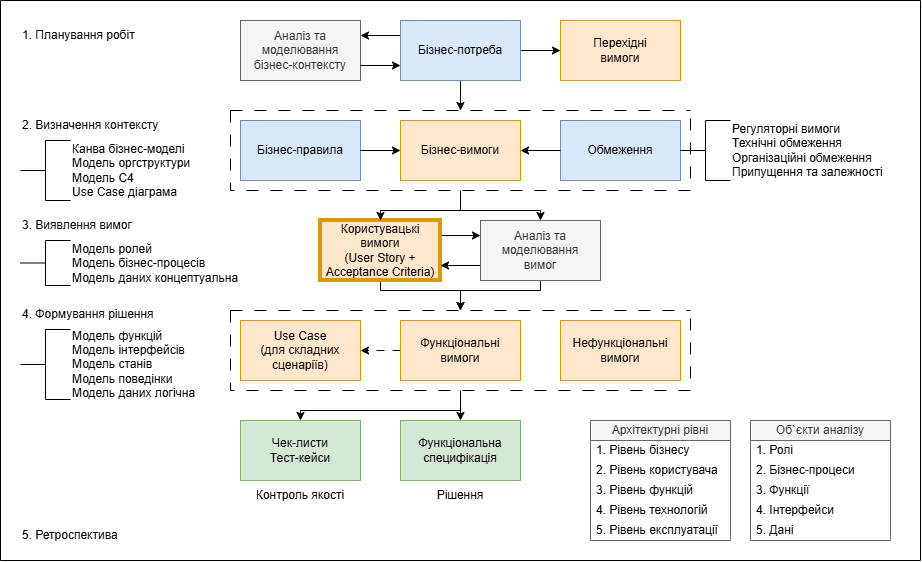
Before: src/img/concept-lifeCycle.png, a diagram exported from draw.io (babok4me/info). Source tidied: cells renumbered, new cells last; positions are measured from the earlier drawing's top-left corner, leaving out a move shared by most shapes.
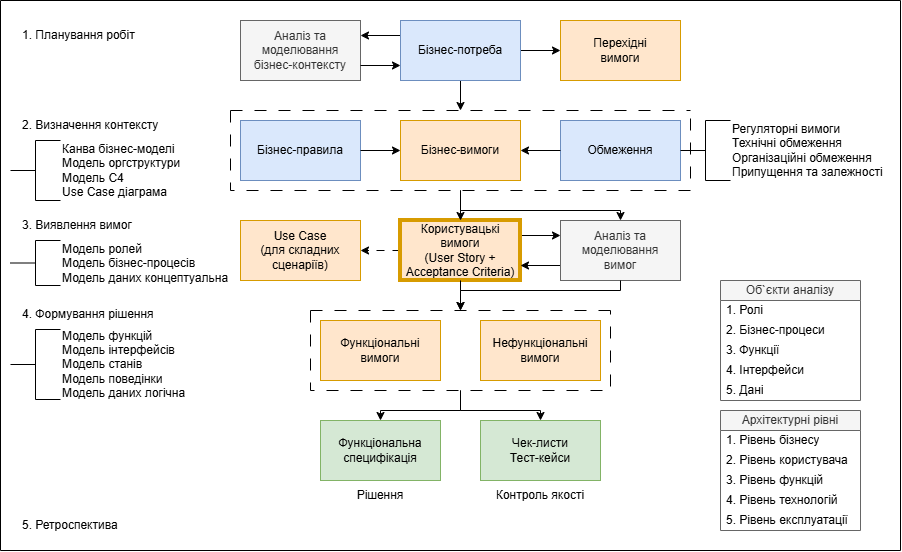
After the commit.

Commit message:
change page concept

Diff of the diagram source:
```diff
@@ -17,48 +17,8 @@
     <mxCell id="6" value="Бізнес-вимоги" style="rounded=0;whiteSpace=wrap;html=1;fillColor=#ffe6cc;strokeColor=#d79b00;" parent="1" vertex="1">
       <mxGeometry x="400" y="120" width="120" height="60" as="geometry" />
     </mxCell>
-    <mxCell id="7" style="edgeStyle=orthogonalEdgeStyle;rounded=0;jettySize=auto;html=1;exitX=1;exitY=0.25;exitDx=0;exitDy=0;entryX=0;entryY=0.25;entryDx=0;entryDy=0;" parent="1" edge="1" source="9" target="12">
-      <mxGeometry relative="1" as="geometry" />
-    </mxCell>
-    <mxCell id="8" style="edgeStyle=orthogonalEdgeStyle;rounded=0;jettySize=auto;html=1;exitX=0.5;exitY=1;exitDx=0;exitDy=0;entryX=0.5;entryY=0;entryDx=0;entryDy=0;" parent="1" edge="1" source="9" target="46">
-      <mxGeometry relative="1" as="geometry">
-        <Array as="points">
-          <mxPoint x="380" y="290" />
-          <mxPoint x="460" y="290" />
-        </Array>
-      </mxGeometry>
-    </mxCell>
-    <mxCell id="9" value="Користувацькі вимоги&lt;div&gt;(User Story + Acceptance Criteria)&lt;/div&gt;" style="rounded=0;whiteSpace=wrap;html=1;fillColor=#ffe6cc;strokeColor=#d79b00;strokeWidth=4;" parent="1" vertex="1">
-      <mxGeometry x="320" y="220" width="120" height="60" as="geometry" />
-    </mxCell>
-    <mxCell id="10" style="edgeStyle=orthogonalEdgeStyle;rounded=0;jettySize=auto;html=1;exitX=0;exitY=0.75;exitDx=0;exitDy=0;entryX=1;entryY=0.75;entryDx=0;entryDy=0;" parent="1" edge="1" source="12" target="9">
-      <mxGeometry relative="1" as="geometry" />
-    </mxCell>
-    <mxCell id="11" style="edgeStyle=orthogonalEdgeStyle;rounded=0;jettySize=auto;html=1;exitX=0.5;exitY=1;exitDx=0;exitDy=0;entryX=0.5;entryY=0;entryDx=0;entryDy=0;" parent="1" edge="1" source="12" target="46">
-      <mxGeometry relative="1" as="geometry">
-        <Array as="points">
-          <mxPoint x="540" y="290" />
-          <mxPoint x="460" y="290" />
-        </Array>
-      </mxGeometry>
-    </mxCell>
-    <mxCell id="12" value="Аналіз та моделювання&lt;div&gt;вимог&lt;/div&gt;" style="rounded=0;whiteSpace=wrap;html=1;fillColor=#f5f5f5;strokeColor=#666666;fontColor=#333333;" parent="1" vertex="1">
-      <mxGeometry x="480" y="220" width="120" height="60" as="geometry" />
-    </mxCell>
-    <mxCell id="13" style="edgeStyle=orthogonalEdgeStyle;rounded=0;jettySize=auto;html=1;exitX=0;exitY=0.5;exitDx=0;exitDy=0;entryX=1;entryY=0.5;entryDx=0;entryDy=0;dashed=1;dashPattern=8 8;" parent="1" edge="1" source="14" target="15">
-      <mxGeometry relative="1" as="geometry" />
-    </mxCell>
-    <mxCell id="14" value="Функціональні вимоги" style="rounded=0;whiteSpace=wrap;html=1;fillColor=#ffe6cc;strokeColor=#d79b00;" parent="1" vertex="1">
-      <mxGeometry x="400" y="320" width="120" height="60" as="geometry" />
-    </mxCell>
-    <mxCell id="15" value="Use Case&lt;div&gt;(для складних сценаріїв)&lt;/div&gt;" style="rounded=0;whiteSpace=wrap;html=1;fillColor=#ffe6cc;strokeColor=#d79b00;" parent="1" vertex="1">
-      <mxGeometry x="240" y="320" width="120" height="60" as="geometry" />
-    </mxCell>
-    <mxCell id="16" value="Нефункціональні вимоги" style="rounded=0;whiteSpace=wrap;html=1;fillColor=#ffe6cc;strokeColor=#d79b00;" parent="1" vertex="1">
-      <mxGeometry x="560" y="320" width="120" height="60" as="geometry" />
-    </mxCell>
     <mxCell id="17" style="swimlane;startSize=0;" parent="1" vertex="1">
-      <mxGeometry width="920" height="560" as="geometry" />
+      <mxGeometry width="900" height="550" as="geometry" />
     </mxCell>
     <mxCell id="18" value="2. Визначення контексту" style="text;html=1;whiteSpace=wrap;strokeColor=none;fillColor=none;align=left;verticalAlign=middle;rounded=0;" parent="17" vertex="1">
       <mxGeometry x="20" y="110" width="160" height="30" as="geometry" />
@@ -73,22 +33,22 @@
       <mxGeometry x="20" y="299" width="160" height="30" as="geometry" />
     </mxCell>
     <mxCell id="22" value="5. Ретроспектива" style="text;html=1;whiteSpace=wrap;strokeColor=none;fillColor=none;align=left;verticalAlign=middle;rounded=0;" parent="17" vertex="1">
-      <mxGeometry x="20" y="520" width="160" height="30" as="geometry" />
+      <mxGeometry x="20" y="510" width="160" height="30" as="geometry" />
     </mxCell>
     <mxCell id="23" value="Перехідні&lt;div&gt;вимоги&lt;/div&gt;" style="rounded=0;whiteSpace=wrap;html=1;fillColor=#ffe6cc;strokeColor=#d79b00;" parent="17" vertex="1">
       <mxGeometry x="560" y="20" width="120" height="60" as="geometry" />
     </mxCell>
     <mxCell id="24" value="&lt;div&gt;&lt;div&gt;Модель функцій&lt;/div&gt;&lt;div&gt;Модель інтерфейсів&lt;/div&gt;&lt;div&gt;Модель станів&lt;/div&gt;&lt;div&gt;Модель поведінки&lt;/div&gt;&lt;/div&gt;&lt;div&gt;Модель даних логічна&lt;/div&gt;" style="html=1;shape=mxgraph.flowchart.annotation_2;align=left;labelPosition=right;" parent="17" vertex="1">
-      <mxGeometry x="20" y="329" width="50" height="70" as="geometry" />
+      <mxGeometry x="10" y="329" width="50" height="70" as="geometry" />
     </mxCell>
     <mxCell id="25" value="Модель ролей&lt;div&gt;Модель бізнес-процесів&lt;/div&gt;&lt;div&gt;Модель даних концептуальна&lt;/div&gt;" style="html=1;shape=mxgraph.flowchart.annotation_2;align=left;labelPosition=right;" parent="17" vertex="1">
-      <mxGeometry x="20" y="240" width="50" height="45" as="geometry" />
+      <mxGeometry x="10" y="240" width="50" height="45" as="geometry" />
     </mxCell>
     <mxCell id="26" value="&lt;div&gt;Канва бізнес-моделі&lt;/div&gt;&lt;div&gt;Модель оргструктури&lt;/div&gt;&lt;div&gt;Модель С4&lt;/div&gt;&lt;div&gt;Use Case діаграма&lt;/div&gt;" style="html=1;shape=mxgraph.flowchart.annotation_2;align=left;labelPosition=right;" parent="17" vertex="1">
-      <mxGeometry x="20" y="140" width="50" height="60" as="geometry" />
+      <mxGeometry x="10" y="140" width="50" height="60" as="geometry" />
     </mxCell>
     <mxCell id="27" value="Архітектурні рівні" style="swimlane;fontStyle=0;horizontal=1;startSize=20;whiteSpace=wrap;html=1;fillColor=#f5f5f5;strokeColor=#666666;fontColor=#333333;" parent="17" vertex="1">
-      <mxGeometry x="590" y="420" width="140" height="120" as="geometry" />
+      <mxGeometry x="720" y="410" width="140" height="120" as="geometry" />
     </mxCell>
     <mxCell id="28" value="1. Рівень бізнесу" style="text;strokeColor=none;fillColor=none;align=left;verticalAlign=middle;spacingLeft=4;spacingRight=4;overflow=hidden;whiteSpace=wrap;html=1;" parent="27" vertex="1">
       <mxGeometry y="20" width="140" height="20" as="geometry" />
@@ -106,7 +66,7 @@
       <mxGeometry y="100" width="140" height="20" as="geometry" />
     </mxCell>
     <mxCell id="33" value="Об`єкти аналізу" style="swimlane;fontStyle=0;horizontal=1;startSize=20;whiteSpace=wrap;html=1;fillColor=#f5f5f5;strokeColor=#666666;fontColor=#333333;" parent="17" vertex="1">
-      <mxGeometry x="750" y="420" width="140" height="120" as="geometry" />
+      <mxGeometry x="720" y="280" width="140" height="120" as="geometry" />
     </mxCell>
     <mxCell id="34" value="1. Ролі" style="text;strokeColor=none;fillColor=none;align=left;verticalAlign=middle;spacingLeft=4;spacingRight=4;overflow=hidden;whiteSpace=wrap;html=1;" parent="33" vertex="1">
       <mxGeometry y="20" width="140" height="20" as="geometry" />
@@ -133,59 +93,94 @@
       <mxGeometry x="680" y="120" width="50" height="60" as="geometry" />
     </mxCell>
     <mxCell id="42" value="&lt;div&gt;Чек-листи&lt;/div&gt;Тест-кейси" style="rounded=0;whiteSpace=wrap;html=1;fillColor=#d5e8d4;strokeColor=#82b366;" parent="17" vertex="1">
-      <mxGeometry x="240" y="420" width="120" height="60" as="geometry" />
+      <mxGeometry x="480" y="420" width="120" height="60" as="geometry" />
     </mxCell>
     <mxCell id="43" value="Функціональна&lt;div&gt;специфікація&lt;/div&gt;" style="rounded=0;whiteSpace=wrap;html=1;fillColor=#d5e8d4;strokeColor=#82b366;" parent="17" vertex="1">
-      <mxGeometry x="400" y="420" width="120" height="60" as="geometry" />
+      <mxGeometry x="320" y="420" width="120" height="60" as="geometry" />
     </mxCell>
     <mxCell id="44" style="edgeStyle=orthogonalEdgeStyle;rounded=0;jettySize=auto;html=1;exitX=0.5;exitY=1;exitDx=0;exitDy=0;entryX=0.5;entryY=0;entryDx=0;entryDy=0;" parent="17" edge="1" source="46" target="43">
       <mxGeometry relative="1" as="geometry" />
     </mxCell>
     <mxCell id="45" style="edgeStyle=orthogonalEdgeStyle;rounded=0;jettySize=auto;html=1;exitX=0.5;exitY=1;exitDx=0;exitDy=0;entryX=0.5;entryY=0;entryDx=0;entryDy=0;" parent="17" edge="1" source="46" target="42">
-      <mxGeometry relative="1" as="geometry">
-        <Array as="points">
-          <mxPoint x="460" y="410" />
-          <mxPoint x="300" y="410" />
-        </Array>
-      </mxGeometry>
+      <mxGeometry relative="1" as="geometry" />
     </mxCell>
     <mxCell id="46" style="swimlane;startSize=0;dashed=1;dashPattern=12 12;" parent="17" vertex="1">
-      <mxGeometry x="230" y="310" width="460" height="80" as="geometry" />
+      <mxGeometry x="310" y="310" width="300" height="80" as="geometry" />
     </mxCell>
+    <mxCell id="14" value="Функціональні вимоги" style="rounded=0;whiteSpace=wrap;html=1;fillColor=#ffe6cc;strokeColor=#d79b00;" parent="46" vertex="1">
+      <mxGeometry x="10" y="10" width="120" height="60" as="geometry" />
+    </mxCell>
+    <mxCell id="16" value="Нефункціональні вимоги" style="rounded=0;whiteSpace=wrap;html=1;fillColor=#ffe6cc;strokeColor=#d79b00;" parent="46" vertex="1">
+      <mxGeometry x="170" y="10" width="120" height="60" as="geometry" />
+    </mxCell>
     <mxCell id="47" style="swimlane;startSize=0;dashed=1;dashPattern=12 12;" parent="17" vertex="1">
       <mxGeometry x="230" y="110" width="460" height="80" as="geometry" />
     </mxCell>
     <mxCell id="48" value="Рішення" style="text;html=1;whiteSpace=wrap;strokeColor=none;fillColor=none;align=center;verticalAlign=middle;rounded=0;" parent="17" vertex="1">
-      <mxGeometry x="400" y="480" width="120" height="30" as="geometry" />
+      <mxGeometry x="320" y="480" width="120" height="30" as="geometry" />
     </mxCell>
     <mxCell id="49" value="Контроль якості" style="text;html=1;whiteSpace=wrap;strokeColor=none;fillColor=none;align=center;verticalAlign=middle;rounded=0;" parent="17" vertex="1">
-      <mxGeometry x="240" y="480" width="120" height="30" as="geometry" />
+      <mxGeometry x="480" y="480" width="120" height="30" as="geometry" />
     </mxCell>
     <mxCell id="50" value="Аналіз та моделювання&lt;div&gt;бізнес-контексту&lt;/div&gt;" style="rounded=0;whiteSpace=wrap;html=1;fillColor=#f5f5f5;strokeColor=#666666;fontColor=#333333;" parent="17" vertex="1">
       <mxGeometry x="240" y="20" width="120" height="60" as="geometry" />
     </mxCell>
+    <mxCell id="7" style="edgeStyle=orthogonalEdgeStyle;rounded=0;jettySize=auto;html=1;exitX=1;exitY=0.25;exitDx=0;exitDy=0;entryX=0;entryY=0.25;entryDx=0;entryDy=0;" parent="17" edge="1" source="9" target="12">
+      <mxGeometry relative="1" as="geometry" />
+    </mxCell>
+    <mxCell id="56" style="edgeStyle=orthogonalEdgeStyle;rounded=0;jettySize=auto;html=1;exitX=0;exitY=0.5;exitDx=0;exitDy=0;entryX=1;entryY=0.5;entryDx=0;entryDy=0;dashed=1;dashPattern=8 8;" parent="17" edge="1" source="9" target="15">
+      <mxGeometry relative="1" as="geometry" />
+    </mxCell>
+    <mxCell id="9" value="Користувацькі вимоги&lt;div&gt;(User Story + Acceptance Criteria)&lt;/div&gt;" style="rounded=0;whiteSpace=wrap;html=1;fillColor=#ffe6cc;strokeColor=#d79b00;strokeWidth=4;" parent="17" vertex="1">
+      <mxGeometry x="400" y="220" width="120" height="60" as="geometry" />
+    </mxCell>
+    <mxCell id="10" style="edgeStyle=orthogonalEdgeStyle;rounded=0;jettySize=auto;html=1;exitX=0;exitY=0.75;exitDx=0;exitDy=0;entryX=1;entryY=0.75;entryDx=0;entryDy=0;" parent="17" edge="1" source="12" target="9">
+      <mxGeometry relative="1" as="geometry" />
+    </mxCell>
+    <mxCell id="12" value="Аналіз та моделювання&lt;div&gt;вимог&lt;/div&gt;" style="rounded=0;whiteSpace=wrap;html=1;fillColor=#f5f5f5;strokeColor=#666666;fontColor=#333333;" parent="17" vertex="1">
+      <mxGeometry x="560" y="220" width="120" height="60" as="geometry" />
+    </mxCell>
+    <mxCell id="8" style="edgeStyle=orthogonalEdgeStyle;rounded=0;jettySize=auto;html=1;exitX=0.5;exitY=1;exitDx=0;exitDy=0;entryX=0.5;entryY=0;entryDx=0;entryDy=0;" parent="17" edge="1" source="9" target="46">
+      <mxGeometry relative="1" as="geometry">
+        <Array as="points">
+          <mxPoint x="460" y="290" />
+          <mxPoint x="460" y="290" />
+        </Array>
+      </mxGeometry>
+    </mxCell>
+    <mxCell id="53" style="edgeStyle=orthogonalEdgeStyle;rounded=0;jettySize=auto;html=1;exitX=0.5;exitY=1;exitDx=0;exitDy=0;entryX=0.5;entryY=0;entryDx=0;entryDy=0;" parent="17" edge="1" source="47" target="9">
+      <mxGeometry relative="1" as="geometry">
+        <Array as="points">
+          <mxPoint x="460" y="210" />
+          <mxPoint x="460" y="210" />
+        </Array>
+      </mxGeometry>
+    </mxCell>
+    <mxCell id="11" style="edgeStyle=orthogonalEdgeStyle;rounded=0;jettySize=auto;html=1;exitX=0.5;exitY=1;exitDx=0;exitDy=0;entryX=0.5;entryY=0;entryDx=0;entryDy=0;" parent="17" edge="1" source="12" target="46">
+      <mxGeometry relative="1" as="geometry">
+        <Array as="points">
+          <mxPoint x="620" y="290" />
+          <mxPoint x="460" y="290" />
+        </Array>
+      </mxGeometry>
+    </mxCell>
+    <mxCell id="54" style="edgeStyle=orthogonalEdgeStyle;rounded=0;jettySize=auto;html=1;exitX=0.5;exitY=1;exitDx=0;exitDy=0;entryX=0.5;entryY=0;entryDx=0;entryDy=0;" parent="17" edge="1" source="47" target="12">
+      <mxGeometry relative="1" as="geometry">
+        <Array as="points">
+          <mxPoint x="460" y="210" />
+          <mxPoint x="620" y="210" />
+        </Array>
+      </mxGeometry>
+    </mxCell>
+    <mxCell id="15" value="Use Case&lt;div&gt;(для складних сценаріїв)&lt;/div&gt;" style="rounded=0;whiteSpace=wrap;html=1;fillColor=#ffe6cc;strokeColor=#d79b00;" parent="17" vertex="1">
+      <mxGeometry x="240" y="220" width="120" height="60" as="geometry" />
+    </mxCell>
     <mxCell id="51" style="edgeStyle=orthogonalEdgeStyle;rounded=0;jettySize=auto;html=1;exitX=0;exitY=0.5;exitDx=0;exitDy=0;entryX=1;entryY=0.5;entryDx=0;entryDy=0;" parent="1" edge="1" source="40" target="6">
       <mxGeometry relative="1" as="geometry" />
     </mxCell>
     <mxCell id="52" style="edgeStyle=orthogonalEdgeStyle;rounded=0;jettySize=auto;html=1;exitX=1;exitY=0.5;exitDx=0;exitDy=0;" parent="1" edge="1" source="39" target="6">
       <mxGeometry relative="1" as="geometry" />
     </mxCell>
-    <mxCell id="53" style="edgeStyle=orthogonalEdgeStyle;rounded=0;jettySize=auto;html=1;exitX=0.5;exitY=1;exitDx=0;exitDy=0;entryX=0.5;entryY=0;entryDx=0;entryDy=0;" parent="1" edge="1" source="47" target="9">
-      <mxGeometry relative="1" as="geometry">
-        <Array as="points">
-          <mxPoint x="460" y="210" />
-          <mxPoint x="380" y="210" />
-        </Array>
-      </mxGeometry>
-    </mxCell>
-    <mxCell id="54" style="edgeStyle=orthogonalEdgeStyle;rounded=0;jettySize=auto;html=1;exitX=0.5;exitY=1;exitDx=0;exitDy=0;entryX=0.5;entryY=0;entryDx=0;entryDy=0;" parent="1" edge="1" source="47" target="12">
-      <mxGeometry relative="1" as="geometry">
-        <Array as="points">
-          <mxPoint x="460" y="210" />
-          <mxPoint x="540" y="210" />
-        </Array>
-      </mxGeometry>
-    </mxCell>
     <mxCell id="55" style="edgeStyle=orthogonalEdgeStyle;rounded=0;jettySize=auto;html=1;exitX=1;exitY=0.75;exitDx=0;exitDy=0;entryX=0;entryY=0.75;entryDx=0;entryDy=0;" parent="1" edge="1" source="50" target="5">
       <mxGeometry relative="1" as="geometry" />
     </mxCell>
```
